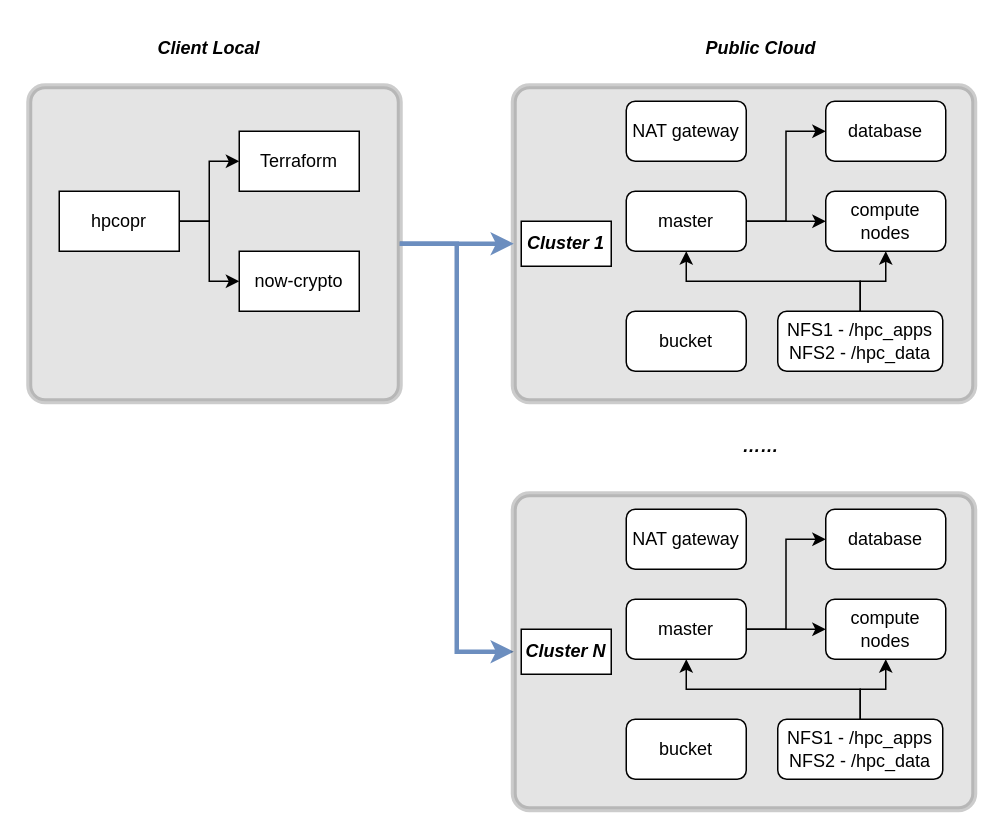
The draw.io diagram page "第 1 页" (1 of 2) of arch.drawio in zhenrong-wang/hpc-now, before the edit. Source tidied: cells renumbered, new cells numbered last; positions are measured from the earlier drawing's top-left corner, leaving out a move shared by most shapes. Both pictures are drawn from the tidied source at 150%, with x=0, y=0 at pixel (28, 26).
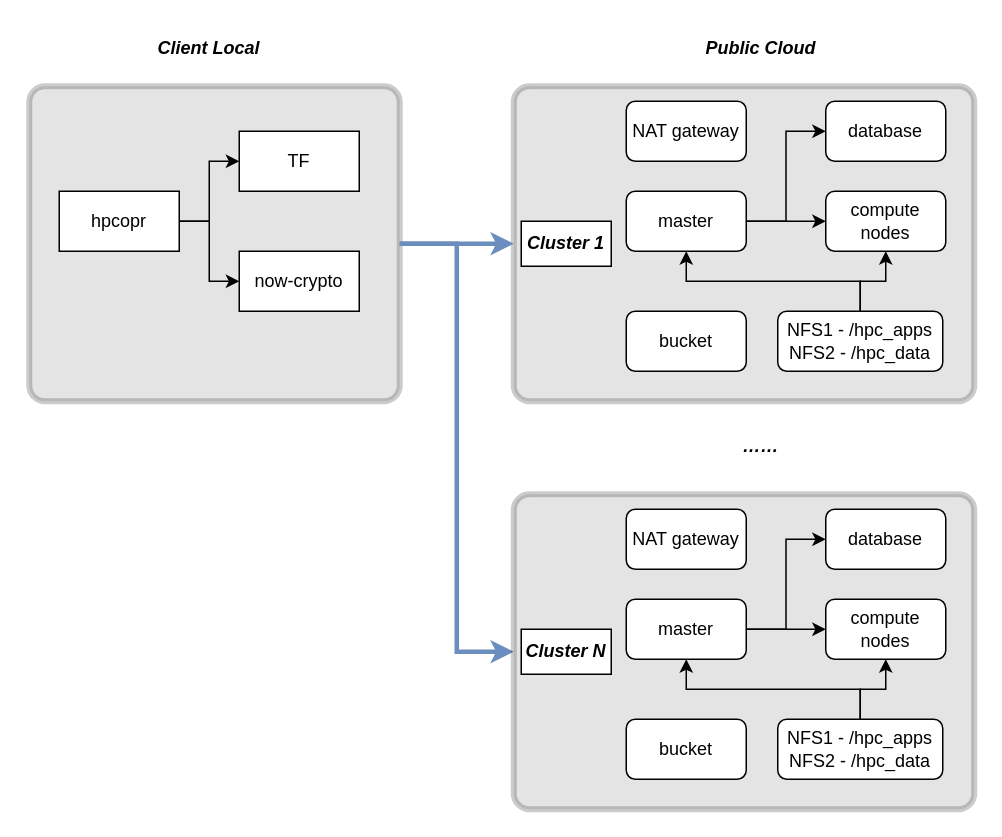
The same diagram, later.

Change to the diagram source:
```diff
@@
-    <mxCell id="10" value="Terraform" style="rounded=0;whiteSpace=wrap;html=1;" parent="1" vertex="1">
+    <mxCell id="10" value="TF" style="rounded=0;whiteSpace=wrap;html=1;" parent="1" vertex="1">
       <mxGeometry x="140" y="70" width="80" height="40" as="geometry" />
     </mxCell>
```
